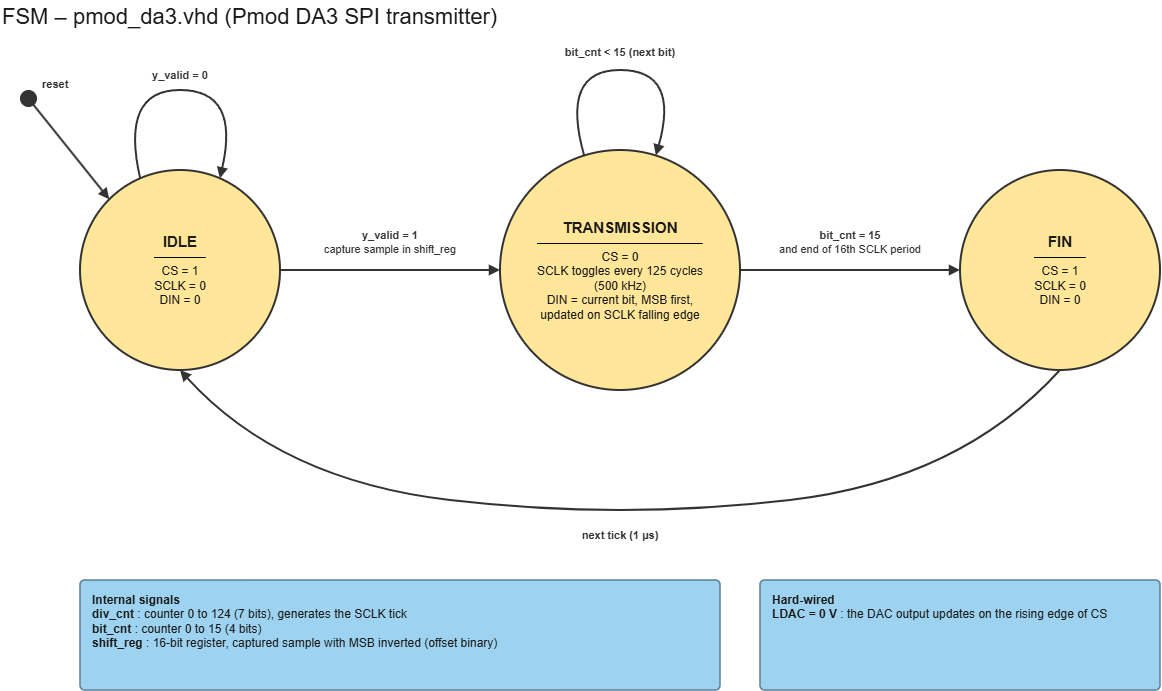
This is docs/img/FSM_spi_da3.png from MarcG-Digital-Design/fpga-signal-processing, a draw.io export, as it was before one commit. Source tidied: cells renumbered, new cells last; positions are measured from the earlier drawing's top-left corner, leaving out a move shared by most shapes.
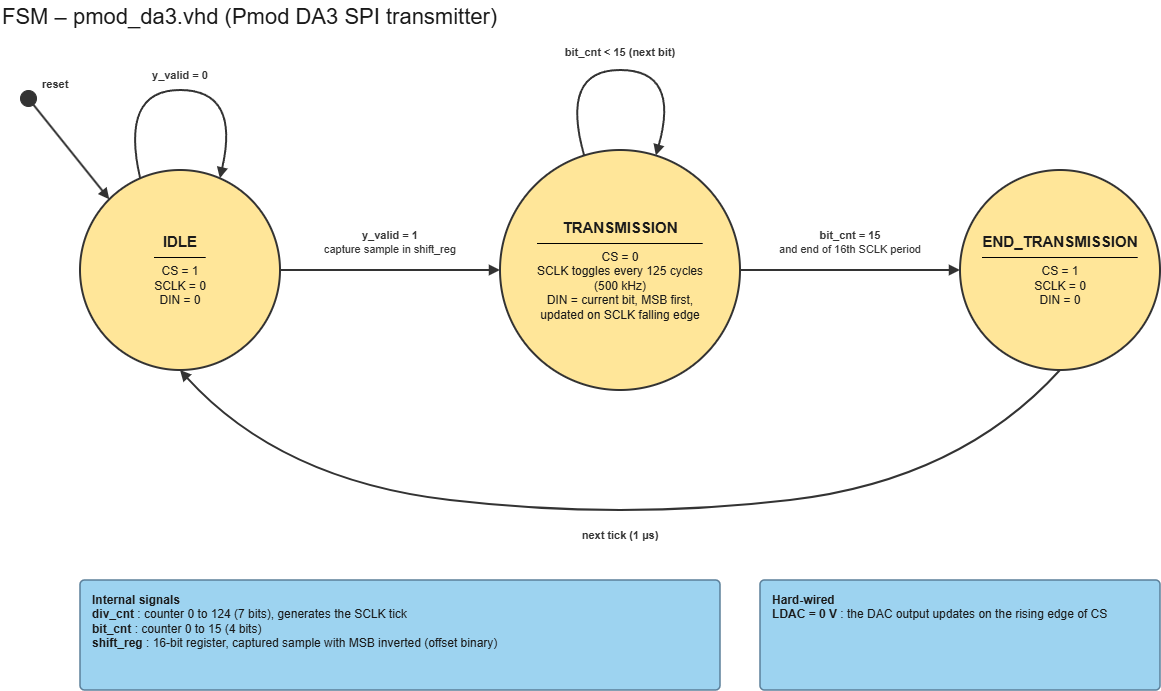
Above is the later version.

The edit, as a diff of the source:
```diff
@@ -11,7 +11,7 @@
     <mxCell id="4" value="&lt;b style='font-size:15px'&gt;TRANSMISSION&lt;/b&gt;&lt;hr size='1' style='border-color:#333333'&gt;CS = 0&lt;br&gt;SCLK toggles every 125 cycles&lt;br&gt;(500 kHz)&lt;br&gt;DIN = current bit, MSB first,&lt;br&gt;updated on SCLK falling edge" style="ellipse;whiteSpace=wrap;html=1;fillColor=#FFE699;strokeColor=#333333;strokeWidth=2;fontSize=12;fontColor=#1A1A1A;" parent="1" vertex="1">
       <mxGeometry x="500" y="150" width="240" height="240" as="geometry" />
     </mxCell>
-    <mxCell id="5" value="&lt;b style='font-size:15px'&gt;FIN&lt;/b&gt;&lt;hr size='1' style='border-color:#333333'&gt;CS = 1&lt;br&gt;SCLK = 0&lt;br&gt;DIN = 0" style="ellipse;whiteSpace=wrap;html=1;fillColor=#FFE699;strokeColor=#333333;strokeWidth=2;fontSize=12;fontColor=#1A1A1A;" parent="1" vertex="1">
+    <mxCell id="5" value="&lt;span style=&quot;font-size: 15px;&quot;&gt;&lt;b&gt;END_TRANSMISSION&lt;/b&gt;&lt;/span&gt;&lt;br&gt;&lt;hr size=&quot;1&quot; style=&quot;border-color: rgb(51, 51, 51);&quot;&gt;CS = 1&lt;br&gt;SCLK = 0&lt;br&gt;DIN = 0" style="ellipse;whiteSpace=wrap;html=1;fillColor=#FFE699;strokeColor=#333333;strokeWidth=2;fontSize=12;fontColor=#1A1A1A;" parent="1" vertex="1">
       <mxGeometry x="960" y="170" width="200" height="200" as="geometry" />
     </mxCell>
     <mxCell id="6" style="ellipse;html=1;fillColor=#333333;strokeColor=#333333;" parent="1" vertex="1">
```
